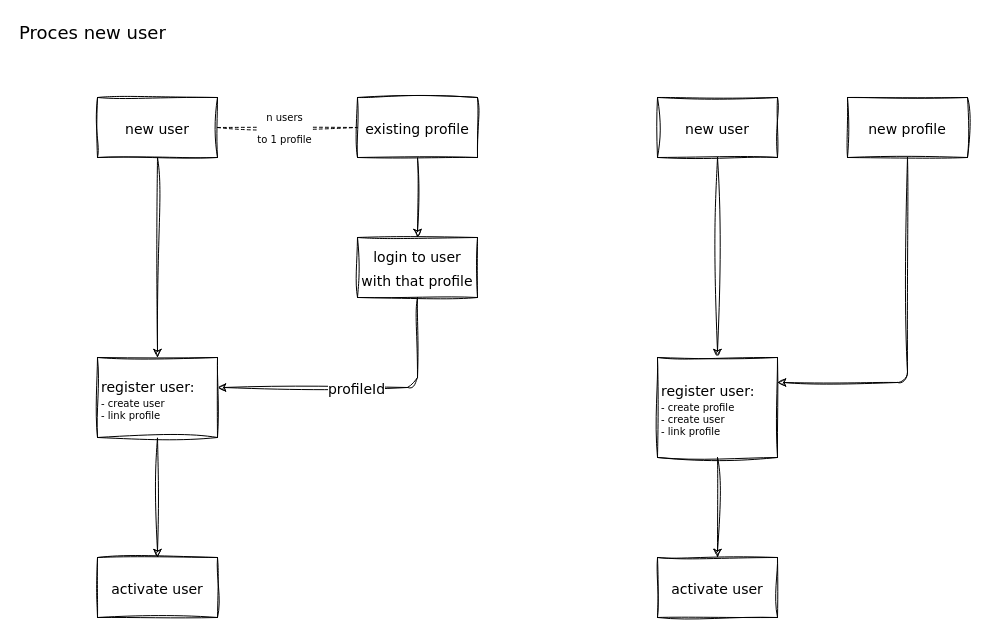
Earlier version of the draw.io diagram page "New User" (1 of 4) of model/users/users.drawio (tealacademy/myint-graphql-api). Source tidied: cells renumbered, new cells numbered last; positions are measured from the earlier drawing's top-left corner, leaving out a move shared by most shapes. Both pictures are drawn from the tidied source at 100%, with x=0, y=0 at pixel (17, 17).
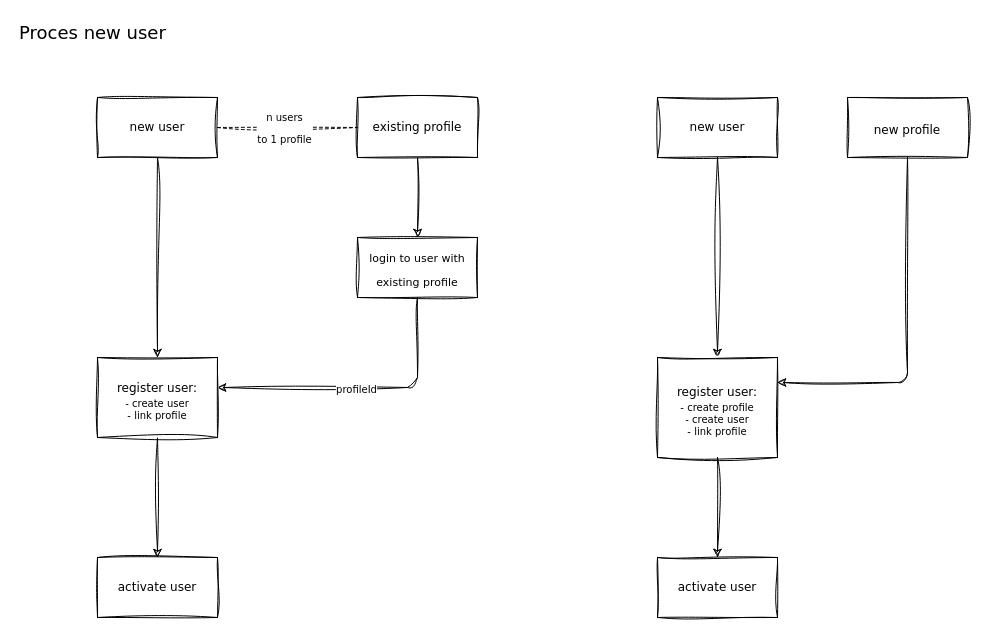
The same page after the edit.

Unchanged cells that the change refers to:
```xml
<mxCell id="8" style="edgeStyle=orthogonalEdgeStyle;sketch=1;hachureGap=4;jiggle=2;curveFitting=1;html=1;fontFamily=Verdana;fontSize=14;exitX=0.5;exitY=1;exitDx=0;exitDy=0;spacing=4;" parent="1" edge="1" source="10" target="12">
  <mxGeometry relative="1" as="geometry">
    <Array as="points">
      <mxPoint x="400" y="370" />
    </Array>
  </mxGeometry>
</mxCell>
```

Change to the diagram source:
```diff
@@
-    <mxCell id="5" value="&lt;font style=&quot;font-size: 14px;&quot; face=&quot;Verdana&quot;&gt;new user&lt;/font&gt;" style="rounded=0;whiteSpace=wrap;html=1;sketch=1;hachureGap=4;jiggle=2;curveFitting=1;fontFamily=Architects Daughter;fontSize=20;spacing=4;" parent="1" vertex="1">
+    <mxCell id="5" value="&lt;font style=&quot;font-size: 12px;&quot; face=&quot;Verdana&quot;&gt;new user&lt;/font&gt;" style="rounded=0;whiteSpace=wrap;html=1;sketch=1;hachureGap=4;jiggle=2;curveFitting=1;fontFamily=Architects Daughter;fontSize=12;spacing=4;" parent="1" vertex="1">
       <mxGeometry x="80" y="80" width="120" height="60" as="geometry" />
     </mxCell>
@@
-    <mxCell id="7" value="&lt;font face=&quot;Verdana&quot; style=&quot;font-size: 14px;&quot;&gt;existing profile&lt;/font&gt;" style="rounded=0;whiteSpace=wrap;html=1;sketch=1;hachureGap=4;jiggle=2;curveFitting=1;fontFamily=Architects Daughter;fontSize=20;spacing=4;" parent="1" vertex="1">
+    <mxCell id="7" value="&lt;font face=&quot;Verdana&quot; style=&quot;font-size: 12px;&quot;&gt;existing profile&lt;/font&gt;" style="rounded=0;whiteSpace=wrap;html=1;sketch=1;hachureGap=4;jiggle=2;curveFitting=1;fontFamily=Architects Daughter;fontSize=12;spacing=4;" parent="1" vertex="1">
       <mxGeometry x="340" y="80" width="120" height="60" as="geometry" />
     </mxCell>
@@
-    <mxCell id="9" value="profileId" style="edgeLabel;html=1;align=center;verticalAlign=middle;fontSize=14;fontFamily=Verdana;spacing=4;" parent="8" vertex="1">
+    <mxCell id="9" value="profileId" style="edgeLabel;html=1;align=center;verticalAlign=middle;fontSize=10;fontFamily=Verdana;spacing=4;" parent="8" vertex="1">
       <mxGeometry x="0.05" y="1" relative="1" as="geometry" />
     </mxCell>
-    <mxCell id="10" value="&lt;font face=&quot;Verdana&quot; style=&quot;font-size: 14px;&quot;&gt;login to user with that profile&lt;/font&gt;" style="rounded=0;whiteSpace=wrap;html=1;sketch=1;hachureGap=4;jiggle=2;curveFitting=1;fontFamily=Architects Daughter;fontSize=20;spacing=4;" parent="1" vertex="1">
+    <mxCell id="10" value="&lt;font face=&quot;Verdana&quot; style=&quot;font-size: 11px;&quot;&gt;login to user with existing profile&lt;/font&gt;" style="rounded=0;whiteSpace=wrap;html=1;sketch=1;hachureGap=4;jiggle=2;curveFitting=1;fontFamily=Architects Daughter;fontSize=20;spacing=4;" parent="1" vertex="1">
       <mxGeometry x="340" y="220" width="120" height="60" as="geometry" />
     </mxCell>
@@
-    <mxCell id="12" value="&lt;font face=&quot;Verdana&quot; style=&quot;&quot;&gt;&lt;font style=&quot;font-size: 14px;&quot;&gt;register user:&lt;/font&gt;&lt;br&gt;&lt;div style=&quot;font-size: 10px;&quot;&gt;&lt;span style=&quot;background-color: initial;&quot;&gt;- create user&lt;/span&gt;&lt;/div&gt;&lt;div style=&quot;font-size: 10px;&quot;&gt;&lt;span style=&quot;background-color: initial;&quot;&gt;- link profile&lt;/span&gt;&lt;/div&gt;&lt;/font&gt;" style="rounded=0;whiteSpace=wrap;html=1;sketch=1;hachureGap=4;jiggle=2;curveFitting=1;fontFamily=Architects Daughter;fontSize=20;align=left;spacing=4;" parent="1" vertex="1">
+    <mxCell id="12" value="&lt;font face=&quot;Verdana&quot; style=&quot;&quot;&gt;&lt;font style=&quot;font-size: 12px;&quot;&gt;register user:&lt;/font&gt;&lt;br&gt;&lt;div style=&quot;font-size: 10px;&quot;&gt;&lt;span style=&quot;background-color: initial;&quot;&gt;- create user&lt;/span&gt;&lt;/div&gt;&lt;div style=&quot;font-size: 10px;&quot;&gt;&lt;span style=&quot;background-color: initial;&quot;&gt;- link profile&lt;/span&gt;&lt;/div&gt;&lt;/font&gt;" style="rounded=0;whiteSpace=wrap;html=1;sketch=1;hachureGap=4;jiggle=2;curveFitting=1;fontFamily=Architects Daughter;fontSize=20;align=center;spacing=4;" parent="1" vertex="1">
       <mxGeometry x="80" y="340" width="120" height="80" as="geometry" />
     </mxCell>
@@
-    <mxCell id="14" value="&lt;font face=&quot;Verdana&quot; style=&quot;font-size: 14px;&quot;&gt;activate user&lt;/font&gt;" style="rounded=0;whiteSpace=wrap;html=1;sketch=1;hachureGap=4;jiggle=2;curveFitting=1;fontFamily=Architects Daughter;fontSize=20;spacing=4;" parent="1" vertex="1">
+    <mxCell id="14" value="&lt;font face=&quot;Verdana&quot; style=&quot;font-size: 12px;&quot;&gt;activate user&lt;/font&gt;" style="rounded=0;whiteSpace=wrap;html=1;sketch=1;hachureGap=4;jiggle=2;curveFitting=1;fontFamily=Architects Daughter;fontSize=12;spacing=4;" parent="1" vertex="1">
       <mxGeometry x="80" y="540" width="120" height="60" as="geometry" />
     </mxCell>
@@
-    <mxCell id="16" value="&lt;font style=&quot;font-size: 14px;&quot; face=&quot;Verdana&quot;&gt;new user&lt;/font&gt;" style="rounded=0;whiteSpace=wrap;html=1;sketch=1;hachureGap=4;jiggle=2;curveFitting=1;fontFamily=Architects Daughter;fontSize=20;spacing=4;" parent="1" vertex="1">
+    <mxCell id="16" value="&lt;font style=&quot;font-size: 12px;&quot; face=&quot;Verdana&quot;&gt;new user&lt;/font&gt;" style="rounded=0;whiteSpace=wrap;html=1;sketch=1;hachureGap=4;jiggle=2;curveFitting=1;fontFamily=Architects Daughter;fontSize=12;spacing=4;" parent="1" vertex="1">
       <mxGeometry x="640" y="80" width="120" height="60" as="geometry" />
     </mxCell>
-    <mxCell id="17" value="&lt;font face=&quot;Verdana&quot; style=&quot;font-size: 14px;&quot;&gt;new profile&lt;/font&gt;" style="rounded=0;whiteSpace=wrap;html=1;sketch=1;hachureGap=4;jiggle=2;curveFitting=1;fontFamily=Architects Daughter;fontSize=20;spacing=4;" parent="1" vertex="1">
+    <mxCell id="17" value="&lt;font face=&quot;Verdana&quot; style=&quot;font-size: 12px;&quot;&gt;new profile&lt;/font&gt;" style="rounded=0;whiteSpace=wrap;html=1;sketch=1;hachureGap=4;jiggle=2;curveFitting=1;fontFamily=Architects Daughter;fontSize=20;spacing=4;" parent="1" vertex="1">
       <mxGeometry x="830" y="80" width="120" height="60" as="geometry" />
     </mxCell>
@@
-    <mxCell id="19" value="&lt;font face=&quot;Verdana&quot; style=&quot;font-size: 14px;&quot;&gt;activate user&lt;/font&gt;" style="rounded=0;whiteSpace=wrap;html=1;sketch=1;hachureGap=4;jiggle=2;curveFitting=1;fontFamily=Architects Daughter;fontSize=20;spacing=4;" parent="1" vertex="1">
+    <mxCell id="19" value="&lt;font face=&quot;Verdana&quot; style=&quot;font-size: 12px;&quot;&gt;activate user&lt;/font&gt;" style="rounded=0;whiteSpace=wrap;html=1;sketch=1;hachureGap=4;jiggle=2;curveFitting=1;fontFamily=Architects Daughter;fontSize=12;spacing=4;" parent="1" vertex="1">
       <mxGeometry x="640" y="540" width="120" height="60" as="geometry" />
     </mxCell>
@@
-    <mxCell id="21" value="&lt;font face=&quot;Verdana&quot; style=&quot;&quot;&gt;&lt;font style=&quot;font-size: 14px;&quot;&gt;register user:&lt;/font&gt;&lt;br&gt;&lt;div style=&quot;font-size: 10px;&quot;&gt;&lt;span style=&quot;background-color: initial;&quot;&gt;- create profile&lt;/span&gt;&lt;/div&gt;&lt;div style=&quot;font-size: 10px;&quot;&gt;&lt;span style=&quot;background-color: initial;&quot;&gt;- create user&lt;/span&gt;&lt;/div&gt;&lt;div style=&quot;font-size: 10px;&quot;&gt;&lt;span style=&quot;background-color: initial;&quot;&gt;- link profile&lt;/span&gt;&lt;/div&gt;&lt;/font&gt;" style="rounded=0;whiteSpace=wrap;html=1;sketch=1;hachureGap=4;jiggle=2;curveFitting=1;fontFamily=Architects Daughter;fontSize=20;align=left;spacing=4;" parent="1" vertex="1">
+    <mxCell id="21" value="&lt;font face=&quot;Verdana&quot; style=&quot;&quot;&gt;&lt;font style=&quot;font-size: 12px;&quot;&gt;register user:&lt;/font&gt;&lt;br&gt;&lt;div style=&quot;font-size: 10px;&quot;&gt;&lt;span style=&quot;background-color: initial;&quot;&gt;- create profile&lt;/span&gt;&lt;/div&gt;&lt;div style=&quot;font-size: 10px;&quot;&gt;&lt;span style=&quot;background-color: initial;&quot;&gt;- create user&lt;/span&gt;&lt;/div&gt;&lt;div style=&quot;font-size: 10px;&quot;&gt;&lt;span style=&quot;background-color: initial;&quot;&gt;- link profile&lt;/span&gt;&lt;/div&gt;&lt;/font&gt;" style="rounded=0;whiteSpace=wrap;html=1;sketch=1;hachureGap=4;jiggle=2;curveFitting=1;fontFamily=Architects Daughter;fontSize=20;align=center;spacing=4;" parent="1" vertex="1">
       <mxGeometry x="640" y="340" width="120" height="100" as="geometry" />
     </mxCell>
```
